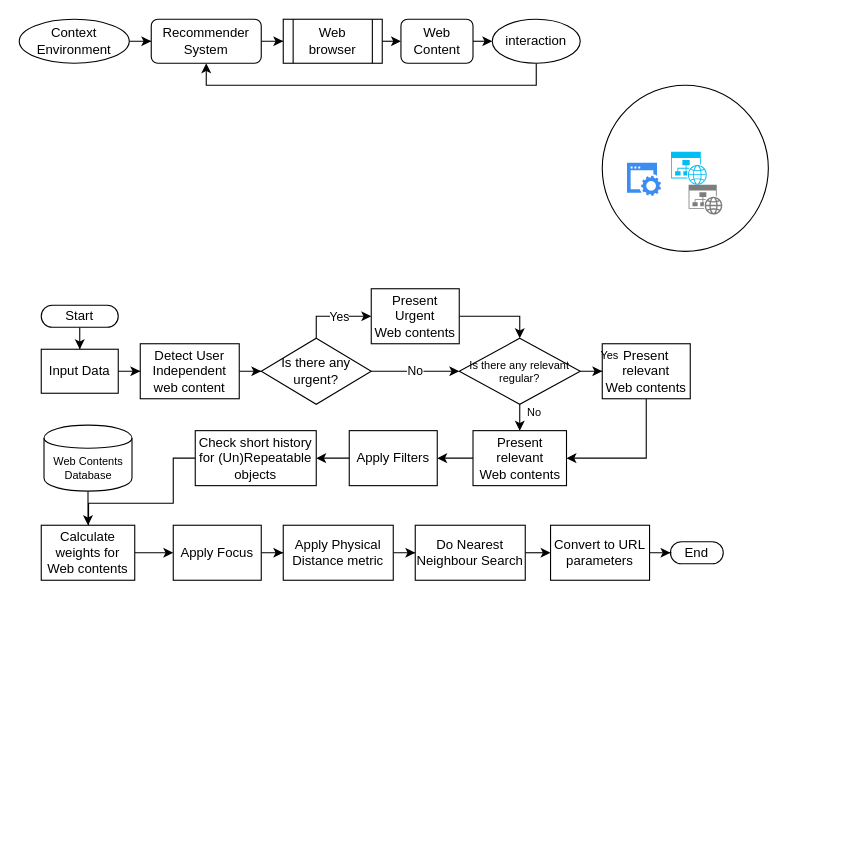
Above: interactionmodel.drawio in kitylam9/Survey-on-Intelligent-user-interface-for-AugmentedReality (draw.io), before the change. Source tidied: cells renumbered, new cells numbered last; positions are measured from the earlier drawing's top-left corner, leaving out a move shared by most shapes. Both pictures are drawn from the tidied source at 110%, with x=0, y=0 at pixel (19, 19). Pictures stored in the file or linked from it are replaced by grey dashed boxes.
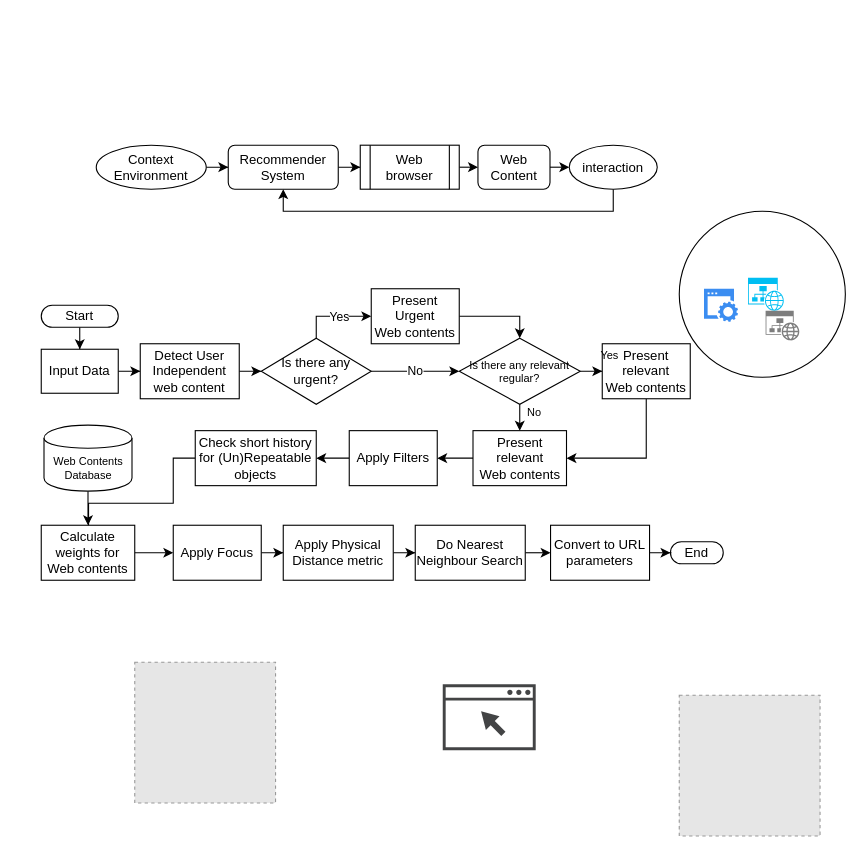
The same diagram, later.

Diff of the diagram source:
```diff
@@
     <mxCell id="2" style="ellipse;whiteSpace=wrap;html=1;" parent="1" vertex="1">
-      <mxGeometry x="530" y="60" width="151" height="151" as="geometry" />
+      <mxGeometry x="600" y="174.5" width="151" height="151" as="geometry" />
     </mxCell>
@@
     <mxCell id="4" value="interaction" style="ellipse;whiteSpace=wrap;html=1;" parent="1" vertex="1">
-      <mxGeometry x="430" width="80" height="40" as="geometry" />
+      <mxGeometry x="500" y="114.5" width="80" height="40" as="geometry" />
     </mxCell>
@@
     <mxCell id="6" value="Context Environment" style="ellipse;whiteSpace=wrap;html=1;" parent="1" vertex="1">
-      <mxGeometry width="100" height="40" as="geometry" />
+      <mxGeometry x="70" y="114.5" width="100" height="40" as="geometry" />
     </mxCell>
@@
     <mxCell id="8" value="Web Content" style="rounded=1;whiteSpace=wrap;html=1;" parent="1" vertex="1">
-      <mxGeometry x="347" width="65.5" height="40" as="geometry" />
+      <mxGeometry x="417" y="114.5" width="65.5" height="40" as="geometry" />
     </mxCell>
@@
     <mxCell id="48" value="Recommender System" style="rounded=1;whiteSpace=wrap;html=1;" parent="1" vertex="1">
-      <mxGeometry x="120" width="100" height="40" as="geometry" />
+      <mxGeometry x="190" y="114.5" width="100" height="40" as="geometry" />
     </mxCell>
     <mxCell id="49" style="verticalLabelPosition=bottom;html=1;verticalAlign=top;align=center;strokeColor=none;fillColor=#00BEF2;shape=mxgraph.azure.website_generic;" parent="1" vertex="1">
-      <mxGeometry x="592.5" y="120.5" width="33" height="30" as="geometry" />
+      <mxGeometry x="662.5" y="235" width="33" height="30" as="geometry" />
     </mxCell>
     <mxCell id="50" style="shadow=0;dashed=0;html=1;strokeColor=none;labelPosition=center;verticalLabelPosition=bottom;verticalAlign=top;align=center;shape=mxgraph.mscae.enterprise.website_generic;fillColor=#7D7D7D;" parent="1" vertex="1">
-      <mxGeometry x="608.5" y="150.5" width="30.7" height="27" as="geometry" />
+      <mxGeometry x="678.5" y="265" width="30.7" height="27" as="geometry" />
     </mxCell>
     <mxCell id="51" style="html=1;strokeColor=none;shadow=0;align=center;verticalAlign=top;fillColor=#3B8DF1;shape=mxgraph.gcp2.website;" parent="1" vertex="1">
-      <mxGeometry x="552.5" y="130.5" width="30.9" height="30" as="geometry" />
+      <mxGeometry x="622.5" y="245" width="30.9" height="30" as="geometry" />
     </mxCell>
@@
     <mxCell id="53" value="Web browser" style="shape=process;whiteSpace=wrap;html=1;backgroundOutline=1;" parent="1" vertex="1">
-      <mxGeometry x="240" width="90" height="40" as="geometry" />
+      <mxGeometry x="310" y="114.5" width="90" height="40" as="geometry" />
     </mxCell>
+    <mxCell id="54" style="shadow=0;dashed=0;html=1;strokeColor=none;fillColor=#434445;labelPosition=center;verticalLabelPosition=bottom;verticalAlign=top;align=center;shape=mxgraph.vvd.web_browser;" parent="1" vertex="1">
+      <mxGeometry x="385" y="604.5" width="84.5" height="60" as="geometry" />
+    </mxCell>
+    <mxCell id="55" style="fillColor=#E6E6E6;strokeColor=#999999;dashed=1;html=1;verticalAlign=top;verticalLabelPosition=bottom;labelBackgroundColor=#ffffff;" parent="1" vertex="1">
+      <mxGeometry x="600" y="614.5" width="128" height="128" as="geometry" />
+    </mxCell>
+    <mxCell id="56" style="fillColor=#E6E6E6;strokeColor=#999999;dashed=1;html=1;verticalAlign=top;verticalLabelPosition=bottom;labelBackgroundColor=#ffffff;" parent="1" vertex="1">
+      <mxGeometry x="105" y="584.5" width="128" height="128" as="geometry" />
+    </mxCell>
```
